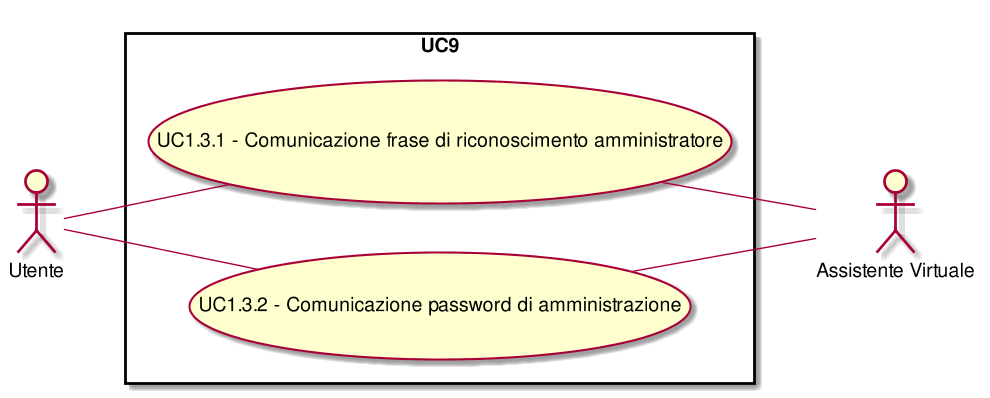
This is RQ/Esterni/AnalisiDeiRequisiti/images/UseCaseUC9.png from CoCodeSWE/Docs, a PlantUML export, as it was before one commit.
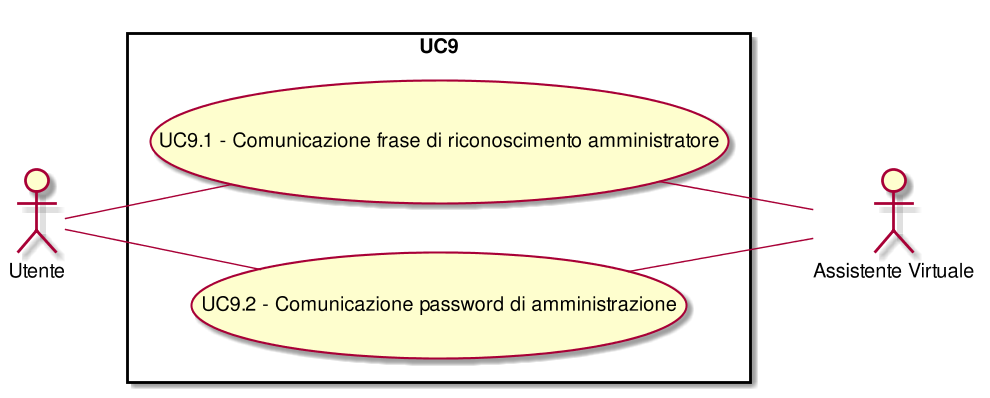
The same diagram one commit later.

Diff of the diagram source:
```diff
@@ -5,13 +5,13 @@
 :Assistente Virtuale:
 :Utente:
 rectangle UC9{
-( UC1.3.1 - Comunicazione frase di riconoscimento amministratore ) as (UC1.3.1)
-(UC1.3.1)--:Assistente Virtuale:
-( UC1.3.1 - Comunicazione frase di riconoscimento amministratore ) as (UC1.3.1)
-:Utente:--(UC1.3.1)
-( UC1.3.2 - Comunicazione password di amministrazione ) as (UC1.3.2)
-(UC1.3.2)--:Assistente Virtuale:
-( UC1.3.2 - Comunicazione password di amministrazione ) as (UC1.3.2)
-:Utente:--(UC1.3.2)
+( UC9.1 - Comunicazione frase di riconoscimento amministratore ) as (UC9.1)
+(UC9.1)--:Assistente Virtuale:
+( UC9.1 - Comunicazione frase di riconoscimento amministratore ) as (UC9.1)
+:Utente:--(UC9.1)
+( UC9.2 - Comunicazione password di amministrazione ) as (UC9.2)
+(UC9.2)--:Assistente Virtuale:
+( UC9.2 - Comunicazione password di amministrazione ) as (UC9.2)
+:Utente:--(UC9.2)
 }
 @enduml
```
